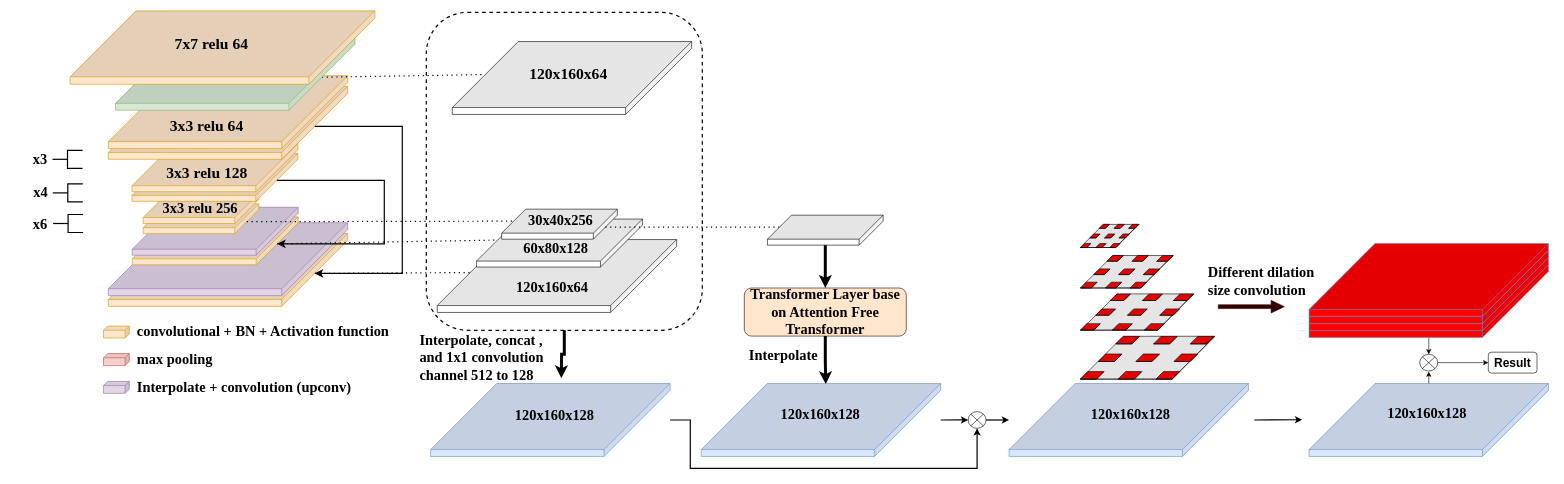
Before: OursNetworkArch.drawio in min86615/minmin, a draw.io diagram. Source tidied: cells renumbered, new cells numbered last; positions are measured from the earlier drawing's top-left corner, leaving out a move shared by most shapes. Both pictures are drawn from the tidied source at 60%, with x=0, y=0 at pixel (10, -105).
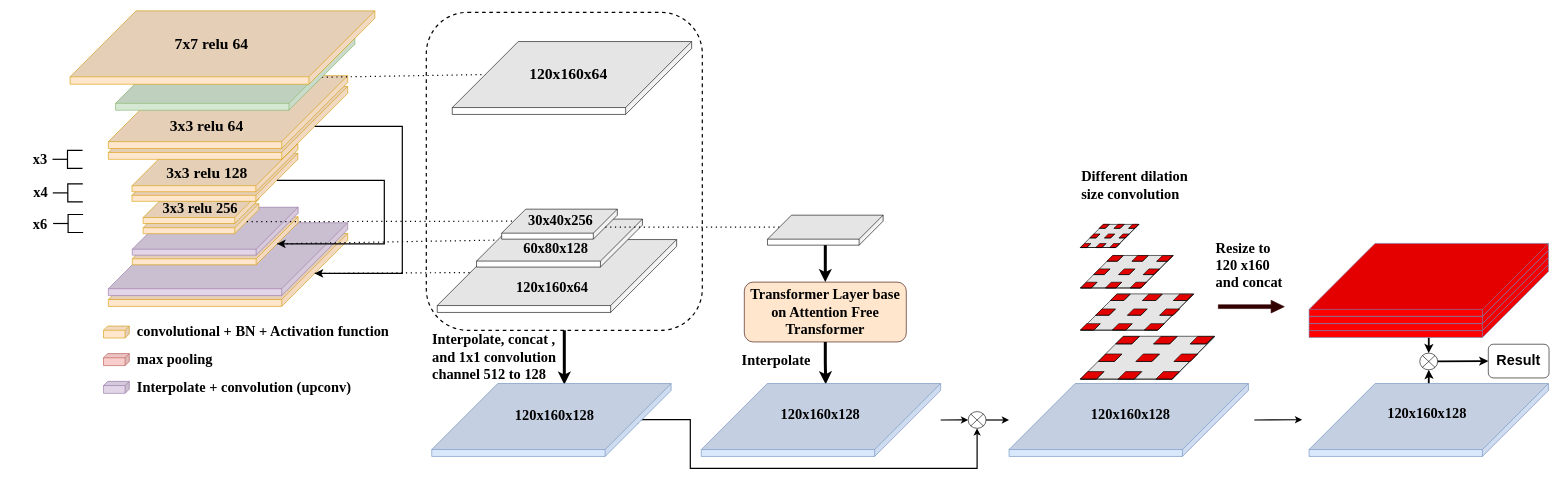
After the change.

The change refers to these unchanged cells:
```xml
<mxCell id="3" style="rounded=1;whiteSpace=wrap;html=1;gradientColor=none;fillColor=none;dashed=1;strokeWidth=2;" parent="1" vertex="1">
  <mxGeometry x="693" y="195" width="460" height="530" as="geometry" />
</mxCell>
<mxCell id="101" style="group;" parent="1" vertex="1">
  <mxGeometry x="2164.2" y="580.2" width="408.8" height="353.8" as="geometry" />
</mxCell>
<mxCell id="103" style="shape=cube;whiteSpace=wrap;html=1;boundedLbl=1;backgroundOutline=1;darkOpacity=0.05;darkOpacity2=0.1;size=110;direction=east;flipH=0;rotation=90;fillColor=#dae8fc;strokeColor=#6c8ebf;" parent="101" vertex="1">
  <mxGeometry x="138.8" y="94.8" width="121.5" height="399" as="geometry" />
</mxCell>
<mxCell id="105" style="shape=cube;whiteSpace=wrap;html=1;boundedLbl=1;backgroundOutline=1;darkOpacity=0.05;darkOpacity2=0.1;size=110;direction=east;flipH=0;rotation=90;fillColor=#FF0000;strokeColor=#6c8ebf;" parent="101" vertex="1">
  <mxGeometry x="138.8" y="-103.5" width="121.5" height="399" as="geometry" />
</mxCell>
<mxCell id="114" style="shape=sumEllipse;perimeter=ellipsePerimeter;whiteSpace=wrap;html=1;backgroundOutline=1;fontSize=17;" parent="1" vertex="1">
  <mxGeometry x="1596.1" y="860.5" width="29.8" height="27.9" as="geometry" />
</mxCell>
```

What changed in the source:
```diff
@@
-    <mxCell id="2" style="edgeStyle=orthogonalEdgeStyle;rounded=0;jettySize=auto;html=1;fontSize=17;strokeWidth=5;" parent="1" edge="1" source="3">
-      <mxGeometry relative="1" as="geometry">
-        <mxPoint x="918" y="805" as="targetPoint" />
-      </mxGeometry>
+    <mxCell id="2" style="edgeStyle=orthogonalEdgeStyle;rounded=0;jettySize=auto;html=1;fontSize=17;strokeWidth=5;entryX=0.014;entryY=0.446;entryDx=0;entryDy=0;entryPerimeter=0;" parent="1" edge="1" source="3" target="45">
+      <mxGeometry relative="1" as="geometry" />
     </mxCell>
@@
     <mxCell id="43" value="&lt;font style=&quot;font-size: 24px;&quot;&gt;&lt;font style=&quot;&quot; face=&quot;Times New Roman&quot;&gt;Interpolate, concat ,&lt;br&gt;and 1x1 convolution&lt;br&gt;channel 512 to 128&lt;/font&gt;&lt;br&gt;&lt;/font&gt;" style="text;html=1;strokeColor=none;fillColor=none;align=left;verticalAlign=middle;whiteSpace=wrap;rounded=0;fontStyle=1;" parent="1" vertex="1">
-      <mxGeometry x="680" y="734.7" width="260" height="72.8" as="geometry" />
+      <mxGeometry x="700.5" y="733.7" width="260" height="72.8" as="geometry" />
     </mxCell>
-    <mxCell id="44" style="edgeStyle=orthogonalEdgeStyle;rounded=0;jettySize=auto;html=1;entryX=0.5;entryY=1;entryDx=0;entryDy=0;strokeWidth=2;fontSize=18;" parent="1" edge="1" source="45" target="114">
+    <mxCell id="44" style="edgeStyle=orthogonalEdgeStyle;rounded=0;jettySize=auto;html=1;entryX=0.5;entryY=1;entryDx=0;entryDy=0;strokeWidth=2;fontSize=18;exitX=0;exitY=0;exitDx=66.5;exitDy=55;exitPerimeter=0;" parent="1" edge="1" source="45" target="114">
       <mxGeometry relative="1" as="geometry">
         <Array as="points">
+          <mxPoint x="1044" y="874" />
           <mxPoint x="1133" y="874" />
           <mxPoint x="1133" y="955" />
           <mxPoint x="1611" y="955" />
         </Array>
       </mxGeometry>
     </mxCell>
     <mxCell id="45" style="shape=cube;whiteSpace=wrap;html=1;boundedLbl=1;backgroundOutline=1;darkOpacity=0.05;darkOpacity2=0.1;size=110;direction=east;flipH=0;rotation=90;fillColor=#dae8fc;strokeColor=#6c8ebf;" parent="1" vertex="1">
-      <mxGeometry x="839" y="675" width="121.5" height="399" as="geometry" />
+      <mxGeometry x="840.8" y="675" width="121.5" height="399" as="geometry" />
     </mxCell>
@@
     <mxCell id="48" value="&lt;font face=&quot;Times New Roman&quot; style=&quot;font-size: 24px;&quot;&gt;&lt;b&gt;Transformer Layer base on Attention Free Transformer&lt;/b&gt;&lt;/font&gt;" style="rounded=1;whiteSpace=wrap;html=1;fontSize=17;fillColor=#ffe6cc;strokeColor=#330000;" parent="1" vertex="1">
-      <mxGeometry x="1223" y="654.5" width="270" height="80.2" as="geometry" />
+      <mxGeometry x="1223" y="644.7" width="270" height="99.7" as="geometry" />
     </mxCell>
@@
     <mxCell id="53" value="&lt;font face=&quot;Times New Roman&quot; style=&quot;font-size: 24px;&quot;&gt;Interpolate&lt;/font&gt;" style="text;html=1;strokeColor=none;fillColor=none;align=left;verticalAlign=middle;whiteSpace=wrap;rounded=0;fontStyle=1;" parent="1" vertex="1">
-      <mxGeometry x="1229" y="754.8" width="116" height="23.9" as="geometry" />
+      <mxGeometry x="1217" y="763.8" width="116" height="23.9" as="geometry" />
     </mxCell>
@@
     <mxCell id="100" value="&lt;font face=&quot;Times New Roman&quot; style=&quot;font-size: 24px;&quot;&gt;Different dilation&lt;br&gt;size convolution&lt;/font&gt;" style="text;html=1;strokeColor=none;fillColor=none;align=left;verticalAlign=middle;whiteSpace=wrap;rounded=0;fontStyle=1;" parent="1" vertex="1">
-      <mxGeometry x="1994.2" y="630.6" width="188.8" height="23.9" as="geometry" />
+      <mxGeometry x="1783" y="451.7" width="248.8" height="61.9" as="geometry" />
     </mxCell>
@@
-    <mxCell id="102" style="edgeStyle=orthogonalEdgeStyle;rounded=0;jettySize=auto;html=1;entryX=0.5;entryY=1;entryDx=0;entryDy=0;strokeWidth=1;fontSize=17;" parent="101" edge="1" source="103" target="109">
+    <mxCell id="102" style="edgeStyle=orthogonalEdgeStyle;rounded=0;jettySize=auto;html=1;entryX=0.5;entryY=1;entryDx=0;entryDy=0;strokeWidth=3;fontSize=17;" parent="101" edge="1" source="103" target="109">
       <mxGeometry relative="1" as="geometry" />
     </mxCell>
@@
-    <mxCell id="104" style="edgeStyle=orthogonalEdgeStyle;rounded=0;jettySize=auto;html=1;entryX=0.5;entryY=0;entryDx=0;entryDy=0;strokeWidth=1;fontSize=17;" parent="101" edge="1" source="105" target="109">
+    <mxCell id="104" style="edgeStyle=orthogonalEdgeStyle;rounded=0;jettySize=auto;html=1;entryX=0.5;entryY=0;entryDx=0;entryDy=0;strokeWidth=3;fontSize=17;" parent="101" edge="1" source="105" target="109">
       <mxGeometry relative="1" as="geometry" />
     </mxCell>
@@
     <mxCell id="109" style="shape=sumEllipse;perimeter=ellipsePerimeter;whiteSpace=wrap;html=1;backgroundOutline=1;fontSize=17;" parent="101" vertex="1">
-      <mxGeometry x="184.6" y="184.8" width="29.8" height="27.9" as="geometry" />
+      <mxGeometry x="184.6" y="182.8" width="29.8" height="27.9" as="geometry" />
     </mxCell>
-    <mxCell id="110" value="&lt;font style=&quot;font-size: 20px;&quot;&gt;&lt;b&gt;Result&lt;/b&gt;&lt;/font&gt;" style="rounded=1;whiteSpace=wrap;html=1;fontSize=17;" parent="101" vertex="1">
-      <mxGeometry x="298.8" y="181.3" width="81.2" height="34.8" as="geometry" />
+    <mxCell id="110" value="&lt;font size=&quot;1&quot; style=&quot;&quot;&gt;&lt;b style=&quot;font-size: 24px;&quot;&gt;Result&lt;/b&gt;&lt;/font&gt;" style="rounded=1;whiteSpace=wrap;html=1;fontSize=17;" parent="101" vertex="1">
+      <mxGeometry x="298.8" y="168" width="101.2" height="56.2" as="geometry" />
     </mxCell>
-    <mxCell id="111" style="endArrow=classic;html=1;rounded=0;strokeWidth=1;fontSize=17;exitX=1;exitY=0.5;exitDx=0;exitDy=0;entryX=0;entryY=0.5;entryDx=0;entryDy=0;" parent="101" edge="1" source="109" target="110">
+    <mxCell id="111" style="endArrow=classic;html=1;rounded=0;strokeWidth=3;fontSize=17;exitX=1;exitY=0.5;exitDx=0;exitDy=0;entryX=0;entryY=0.5;entryDx=0;entryDy=0;" parent="101" edge="1" source="109" target="110">
       <mxGeometry relative="1" as="geometry" />
     </mxCell>
@@
+    <mxCell id="130" value="&lt;font face=&quot;Times New Roman&quot;&gt;&lt;span style=&quot;font-size: 24px;&quot;&gt;Resize to 120 x160 and concat&lt;/span&gt;&lt;/font&gt;" style="text;html=1;strokeColor=none;fillColor=none;align=left;verticalAlign=middle;whiteSpace=wrap;rounded=0;fontStyle=1;" parent="1" vertex="1">
+      <mxGeometry x="2007.4" y="589.8" width="125.6" height="54.7" as="geometry" />
+    </mxCell>
```
